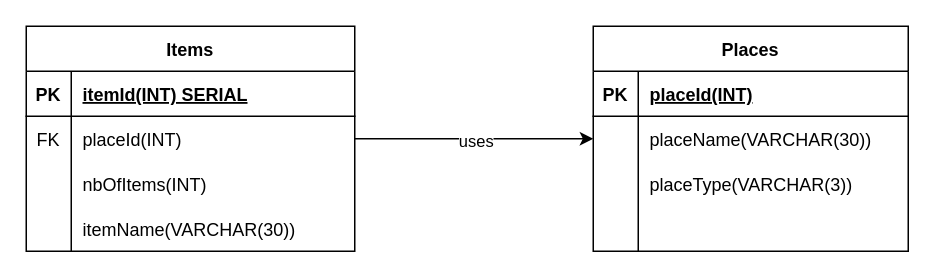
CrateME-UL/INV-Backend keeps this draw.io diagram as DbSchema.drawio. Above is the earlier version. Source tidied: cells renumbered, new cells numbered last; positions are measured from the earlier drawing's top-left corner, leaving out a move shared by most shapes. Both pictures are drawn from the tidied source at 150%, with x=0, y=0 at pixel (26, 26).
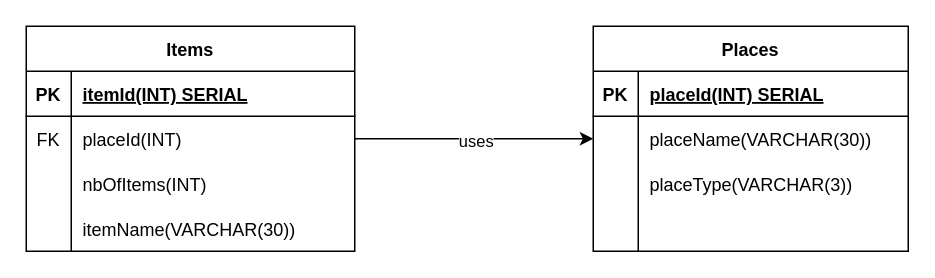
After the change.

Unchanged cells that the change refers to:
```xml
<mxCell id="16" style="shape=tableRow;horizontal=0;startSize=0;swimlaneHead=0;swimlaneBody=0;fillColor=none;top=0;left=0;right=0;bottom=1;" parent="15" vertex="1">
  <mxGeometry y="30" width="210" height="30" as="geometry" />
</mxCell>
```

What changed in the source:
```diff
@@
-    <mxCell id="18" value="placeId(INT)" style="shape=partialRectangle;fillColor=none;top=0;left=0;bottom=0;right=0;align=left;spacingLeft=6;fontStyle=5;overflow=hidden;" parent="16" vertex="1">
+    <mxCell id="18" value="placeId(INT) SERIAL" style="shape=partialRectangle;fillColor=none;top=0;left=0;bottom=0;right=0;align=left;spacingLeft=6;fontStyle=5;overflow=hidden;" parent="16" vertex="1">
       <mxGeometry x="30" width="180" height="30" as="geometry" />
     </mxCell>
```
